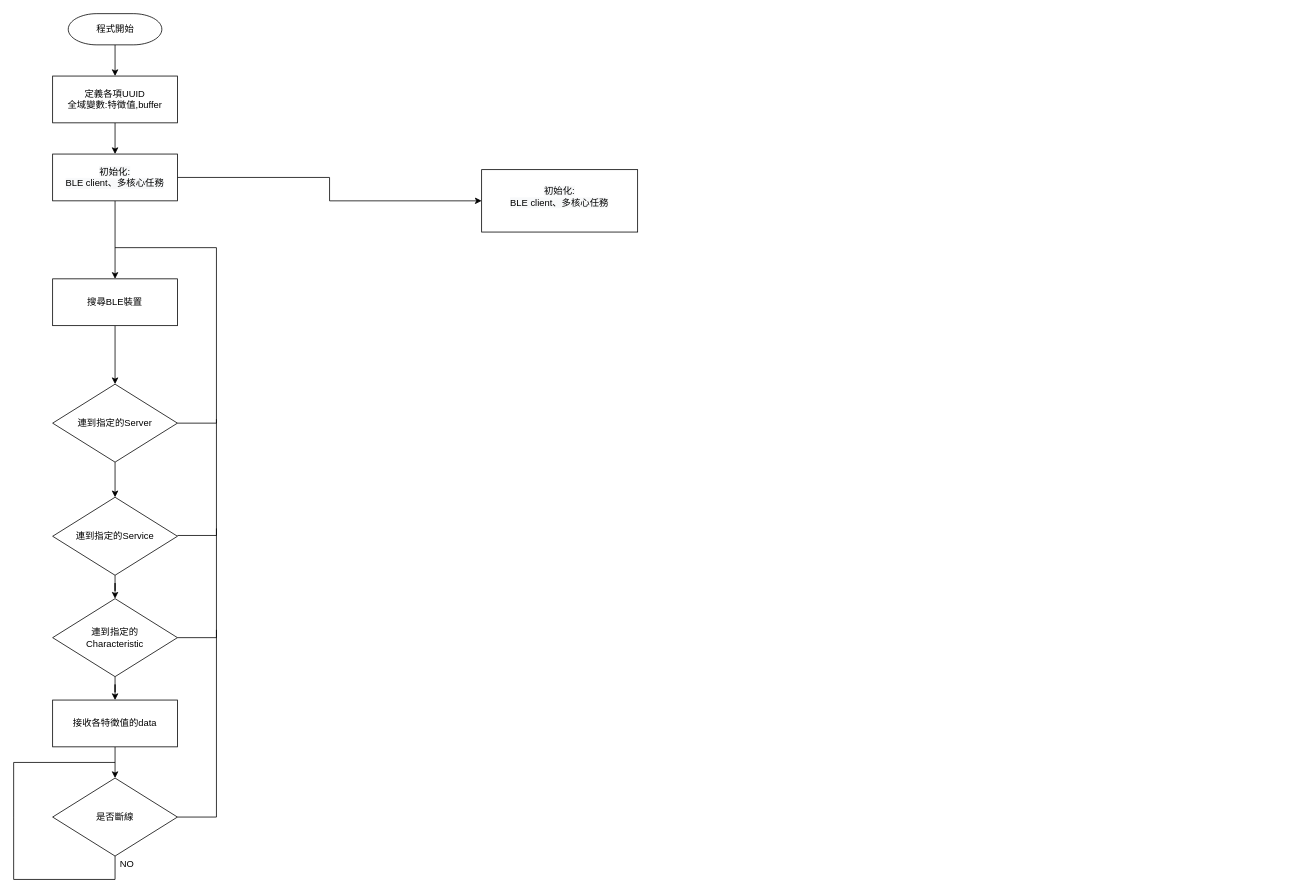
The draw.io diagram iFamily_client.drawio in k39920123/iFamily, before the edit. Source tidied: cells renumbered, new cells numbered last; positions are measured from the earlier drawing's top-left corner, leaving out a move shared by most shapes. Both pictures are drawn from the tidied source at 78%, with x=0, y=0 at pixel (13, 13).
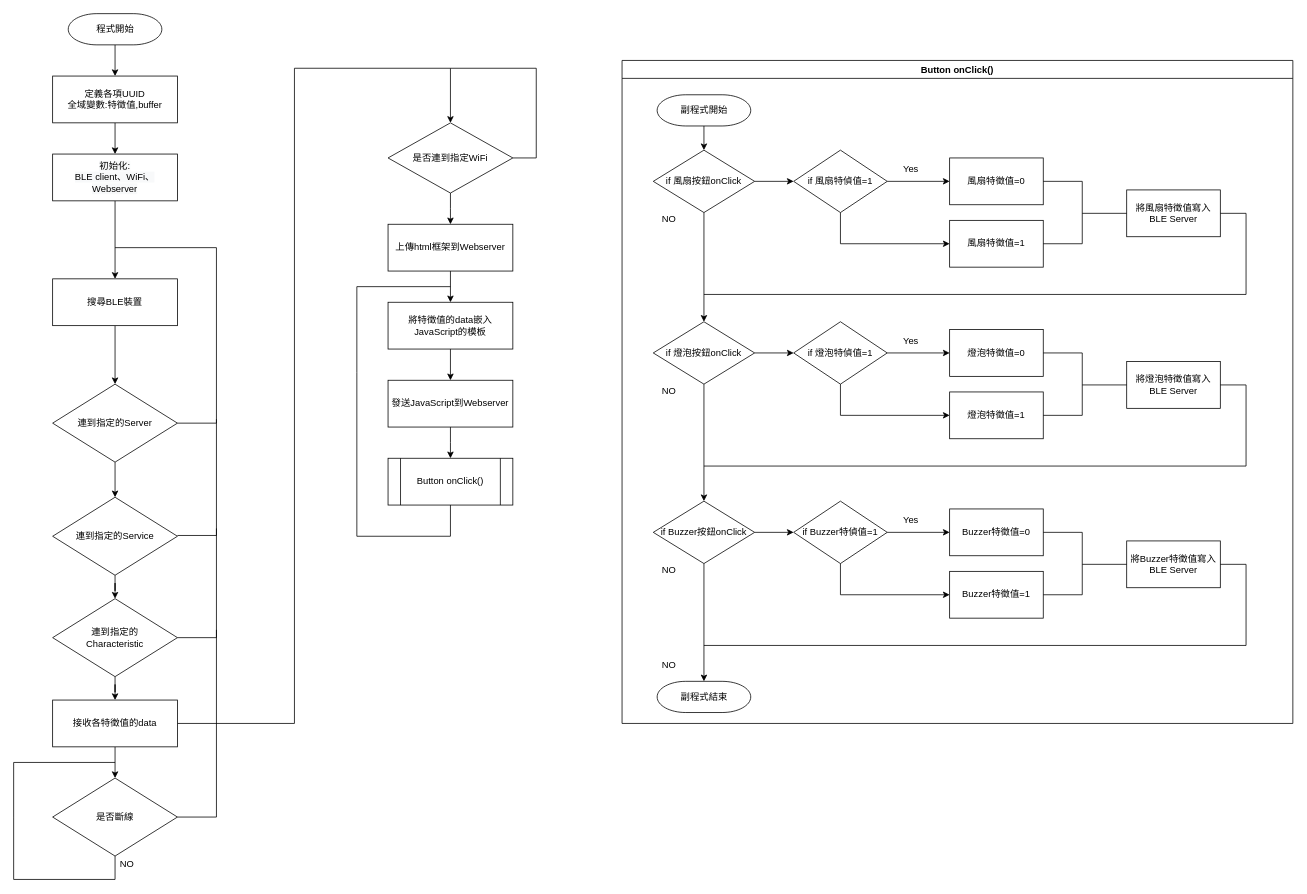
The same diagram, later.

Unchanged cells that the change refers to:
```xml
<mxCell id="22" value="接收各特徵值的data" style="whiteSpace=wrap;html=1;" parent="1" vertex="1">
  <mxGeometry x="50" y="880" width="160" height="60" as="geometry" />
</mxCell>
```

Change to the diagram source:
```diff
@@
-    <mxCell id="7" style="edgeStyle=orthogonalEdgeStyle;rounded=0;jettySize=auto;html=1;" parent="1" edge="1" source="9" target="10">
-      <mxGeometry relative="1" as="geometry" />
-    </mxCell>
@@
-    <mxCell id="9" value="&lt;span style=&quot;color: rgb(0 , 0 , 0) ; font-family: &amp;#34;helvetica&amp;#34; ; font-size: 12px ; font-style: normal ; font-weight: 400 ; letter-spacing: normal ; text-align: center ; text-indent: 0px ; text-transform: none ; word-spacing: 0px ; background-color: rgb(248 , 249 , 250) ; display: inline ; float: none&quot;&gt;初始化:&lt;/span&gt;&lt;br style=&quot;color: rgb(0 , 0 , 0) ; font-family: &amp;#34;helvetica&amp;#34; ; font-size: 12px ; font-style: normal ; font-weight: 400 ; letter-spacing: normal ; text-align: center ; text-indent: 0px ; text-transform: none ; word-spacing: 0px ; background-color: rgb(248 , 249 , 250)&quot;&gt;&lt;span style=&quot;color: rgb(0 , 0 , 0) ; font-family: &amp;#34;helvetica&amp;#34; ; font-size: 12px ; font-style: normal ; font-weight: 400 ; letter-spacing: normal ; text-align: center ; text-indent: 0px ; text-transform: none ; word-spacing: 0px ; background-color: rgb(248 , 249 , 250) ; display: inline ; float: none&quot;&gt;BLE client、多核心任務&lt;/span&gt;" style="rounded=0;whiteSpace=wrap;html=1;align=center;spacingTop=0;fontSize=12;" parent="1" vertex="1">
+    <mxCell id="9" value="&lt;span style=&quot;color: rgb(0 , 0 , 0) ; font-family: &amp;#34;helvetica&amp;#34; ; font-size: 12px ; font-style: normal ; font-weight: 400 ; letter-spacing: normal ; text-align: center ; text-indent: 0px ; text-transform: none ; word-spacing: 0px ; background-color: rgb(248 , 249 , 250) ; display: inline ; float: none&quot;&gt;初始化:&lt;/span&gt;&lt;br style=&quot;color: rgb(0 , 0 , 0) ; font-family: &amp;#34;helvetica&amp;#34; ; font-size: 12px ; font-style: normal ; font-weight: 400 ; letter-spacing: normal ; text-align: center ; text-indent: 0px ; text-transform: none ; word-spacing: 0px ; background-color: rgb(248 , 249 , 250)&quot;&gt;&lt;span style=&quot;color: rgb(0 , 0 , 0) ; font-family: &amp;#34;helvetica&amp;#34; ; font-size: 12px ; font-style: normal ; font-weight: 400 ; letter-spacing: normal ; text-align: center ; text-indent: 0px ; text-transform: none ; word-spacing: 0px ; background-color: rgb(248 , 249 , 250) ; display: inline ; float: none&quot;&gt;BLE client、WiFi、Webserver&lt;/span&gt;" style="rounded=0;whiteSpace=wrap;html=1;align=center;spacingTop=0;fontSize=12;" parent="1" vertex="1">
       <mxGeometry x="50" y="180" width="160" height="60" as="geometry" />
     </mxCell>
-    <mxCell id="10" value="&lt;span style=&quot;color: rgb(0 , 0 , 0) ; font-family: &amp;#34;helvetica&amp;#34; ; font-size: 12px ; font-style: normal ; font-weight: 400 ; letter-spacing: normal ; text-align: center ; text-indent: 0px ; text-transform: none ; word-spacing: 0px ; background-color: rgb(248 , 249 , 250) ; display: inline ; float: none&quot;&gt;初始化:&lt;/span&gt;&lt;br style=&quot;color: rgb(0 , 0 , 0) ; font-family: &amp;#34;helvetica&amp;#34; ; font-size: 12px ; font-style: normal ; font-weight: 400 ; letter-spacing: normal ; text-align: center ; text-indent: 0px ; text-transform: none ; word-spacing: 0px ; background-color: rgb(248 , 249 , 250)&quot;&gt;&lt;span style=&quot;color: rgb(0 , 0 , 0) ; font-family: &amp;#34;helvetica&amp;#34; ; font-size: 12px ; font-style: normal ; font-weight: 400 ; letter-spacing: normal ; text-align: center ; text-indent: 0px ; text-transform: none ; word-spacing: 0px ; background-color: rgb(248 , 249 , 250) ; display: inline ; float: none&quot;&gt;BLE client、多核心任務&lt;/span&gt;" style="rounded=0;whiteSpace=wrap;html=1;align=center;spacingTop=-11;fontSize=12;" parent="1" vertex="1">
-      <mxGeometry x="600" y="200" width="200" height="80" as="geometry" />
-    </mxCell>
@@
+    <mxCell id="27" style="edgeStyle=orthogonalEdgeStyle;rounded=0;jettySize=auto;html=1;exitX=1;exitY=0.5;exitDx=0;exitDy=0;entryX=0.5;entryY=0;entryDx=0;entryDy=0;" parent="1" edge="1" source="22" target="29">
+      <mxGeometry relative="1" as="geometry">
+        <Array as="points">
+          <mxPoint x="360" y="910" />
+          <mxPoint x="360" y="70" />
+          <mxPoint x="560" y="70" />
+        </Array>
+      </mxGeometry>
+    </mxCell>
@@
+    <mxCell id="28" style="edgeStyle=orthogonalEdgeStyle;rounded=0;jettySize=auto;html=1;" parent="1" edge="1" source="29">
+      <mxGeometry relative="1" as="geometry">
+        <mxPoint x="560" y="270" as="targetPoint" />
+      </mxGeometry>
+    </mxCell>
+    <mxCell id="29" value="是否連到指定WiFi" style="rhombus;whiteSpace=wrap;html=1;" parent="1" vertex="1">
+      <mxGeometry x="480" y="140" width="160" height="90" as="geometry" />
+    </mxCell>
+    <mxCell id="30" style="endArrow=none;html=1;rounded=0;exitX=1;exitY=0.5;exitDx=0;exitDy=0;" parent="1" edge="1" source="29">
+      <mxGeometry relative="1" as="geometry">
+        <mxPoint x="560" y="70" as="targetPoint" />
+        <Array as="points">
+          <mxPoint x="670" y="185" />
+          <mxPoint x="670" y="70" />
+        </Array>
+      </mxGeometry>
+    </mxCell>
+    <mxCell id="31" style="edgeStyle=orthogonalEdgeStyle;rounded=0;jettySize=auto;html=1;" parent="1" edge="1" source="32" target="34">
+      <mxGeometry relative="1" as="geometry" />
+    </mxCell>
+    <mxCell id="32" value="上傳html框架到Webserver" style="rounded=0;whiteSpace=wrap;html=1;" parent="1" vertex="1">
+      <mxGeometry x="480" y="270" width="160" height="60" as="geometry" />
+    </mxCell>
+    <mxCell id="33" style="edgeStyle=orthogonalEdgeStyle;rounded=0;jettySize=auto;html=1;" parent="1" edge="1" source="34" target="36">
+      <mxGeometry relative="1" as="geometry" />
+    </mxCell>
+    <mxCell id="34" value="將特徵值的data嵌入JavaScript的模板" style="rounded=0;whiteSpace=wrap;html=1;" parent="1" vertex="1">
+      <mxGeometry x="480" y="370" width="160" height="60" as="geometry" />
+    </mxCell>
+    <mxCell id="35" style="edgeStyle=orthogonalEdgeStyle;rounded=0;jettySize=auto;html=1;" parent="1" edge="1" source="36">
+      <mxGeometry relative="1" as="geometry">
+        <mxPoint x="560" y="570" as="targetPoint" />
+      </mxGeometry>
+    </mxCell>
+    <mxCell id="36" value="發送JavaScript到Webserver" style="rounded=0;whiteSpace=wrap;html=1;" parent="1" vertex="1">
+      <mxGeometry x="480" y="470" width="160" height="60" as="geometry" />
+    </mxCell>
+    <mxCell id="37" value="Button onClick()" style="shape=process;whiteSpace=wrap;html=1;backgroundOutline=1;" parent="1" vertex="1">
+      <mxGeometry x="480" y="570" width="160" height="60" as="geometry" />
+    </mxCell>
+    <mxCell id="38" style="endArrow=none;html=1;rounded=0;" parent="1" edge="1">
+      <mxGeometry relative="1" as="geometry">
+        <mxPoint x="560" y="350" as="sourcePoint" />
+        <mxPoint x="560" y="630" as="targetPoint" />
+        <Array as="points">
+          <mxPoint x="440" y="350" />
+          <mxPoint x="440" y="460" />
+          <mxPoint x="440" y="670" />
+          <mxPoint x="560" y="670" />
+        </Array>
+      </mxGeometry>
+    </mxCell>
+    <mxCell id="39" value="Button onClick()" style="swimlane;startSize=23;" parent="1" vertex="1">
+      <mxGeometry x="780" y="60" width="860" height="850" as="geometry" />
+    </mxCell>
+    <mxCell id="40" value="副程式開始" style="shape=mxgraph.flowchart.terminator;strokeWidth=1;gradientDirection=north;fontStyle=0;html=1;fillColor=default;strokeColor=default;fontSize=12;" parent="39" vertex="1">
+      <mxGeometry x="45" y="44" width="120" height="40" as="geometry" />
+    </mxCell>
+    <mxCell id="41" value="if 風扇特偵值=1" style="rhombus;whiteSpace=wrap;html=1;strokeWidth=1;gradientDirection=north;fontStyle=0;" parent="39" vertex="1">
+      <mxGeometry x="220" y="115" width="120" height="80" as="geometry" />
+    </mxCell>
+    <mxCell id="42" style="edgeStyle=none;rounded=0;jettySize=auto;html=1;fontSize=12;" parent="39" edge="1" source="43" target="41">
+      <mxGeometry relative="1" as="geometry" />
+    </mxCell>
+    <mxCell id="43" value="&lt;span&gt;if 風扇按鈕onClick&lt;/span&gt;" style="rhombus;whiteSpace=wrap;html=1;strokeWidth=1;gradientDirection=north;fontStyle=0;" parent="39" vertex="1">
+      <mxGeometry x="40" y="115" width="130" height="80" as="geometry" />
+    </mxCell>
+    <mxCell id="44" style="edgeStyle=none;rounded=0;jettySize=auto;html=1;fontSize=12;" parent="39" edge="1" source="40" target="43">
+      <mxGeometry relative="1" as="geometry" />
+    </mxCell>
+    <mxCell id="45" style="edgeStyle=none;rounded=0;jettySize=auto;html=1;fontSize=12;" parent="39" edge="1" source="43">
+      <mxGeometry relative="1" as="geometry">
+        <mxPoint x="105" y="335" as="targetPoint" />
+      </mxGeometry>
+    </mxCell>
+    <mxCell id="46" style="edgeStyle=none;rounded=0;orthogonalLoop=1;jettySize=auto;html=1;fontSize=12;" parent="39" edge="1">
+      <mxGeometry relative="1" as="geometry">
+        <mxPoint x="105" y="415" as="sourcePoint" />
+        <mxPoint x="105" y="565" as="targetPoint" />
+      </mxGeometry>
+    </mxCell>
+    <mxCell id="47" value="NO" style="text;html=1;align=center;verticalAlign=middle;strokeColor=none;fillColor=none;fontSize=12;" parent="39" vertex="1">
+      <mxGeometry x="45" y="194" width="30" height="20" as="geometry" />
+    </mxCell>
+    <mxCell id="48" value="NO" style="text;html=1;align=center;verticalAlign=middle;strokeColor=none;fillColor=none;fontSize=12;" parent="39" vertex="1">
+      <mxGeometry x="45" y="765" width="30" height="20" as="geometry" />
+    </mxCell>
+    <mxCell id="49" value="副程式結束" style="shape=mxgraph.flowchart.terminator;strokeWidth=1;gradientDirection=north;fontStyle=0;html=1;fillColor=default;strokeColor=default;fontSize=12;" parent="39" vertex="1">
+      <mxGeometry x="45" y="796" width="120" height="40" as="geometry" />
+    </mxCell>
+    <mxCell id="50" style="edgeStyle=none;rounded=0;jettySize=auto;html=1;fontSize=12;" parent="39" edge="1" target="49">
+      <mxGeometry relative="1" as="geometry">
+        <mxPoint x="105" y="645" as="sourcePoint" />
+      </mxGeometry>
+    </mxCell>
+    <mxCell id="51" value="風扇特徵值=0" style="whiteSpace=wrap;html=1;strokeWidth=1;gradientDirection=north;fontStyle=0;" parent="39" vertex="1">
+      <mxGeometry x="420" y="125" width="120" height="60" as="geometry" />
+    </mxCell>
+    <mxCell id="52" style="edgeStyle=none;rounded=0;jettySize=auto;html=1;fontSize=12;" parent="39" edge="1" source="41" target="51">
+      <mxGeometry relative="1" as="geometry" />
+    </mxCell>
+    <mxCell id="53" value="風扇特徵值=1" style="whiteSpace=wrap;html=1;strokeWidth=1;gradientDirection=north;fontStyle=0;" parent="39" vertex="1">
+      <mxGeometry x="420" y="205" width="120" height="60" as="geometry" />
+    </mxCell>
+    <mxCell id="54" style="edgeStyle=none;rounded=0;jettySize=auto;html=1;fontSize=12;exitX=0.5;exitY=1;exitDx=0;exitDy=0;entryX=0;entryY=0.5;entryDx=0;entryDy=0;" parent="39" edge="1" source="41" target="53">
+      <mxGeometry relative="1" as="geometry">
+        <Array as="points">
+          <mxPoint x="280" y="235" />
+        </Array>
+      </mxGeometry>
+    </mxCell>
+    <mxCell id="55" style="endArrow=none;html=1;rounded=0;fontSize=12;exitX=1;exitY=0.5;exitDx=0;exitDy=0;" parent="39" edge="1" source="53">
+      <mxGeometry relative="1" as="geometry">
+        <mxPoint x="590" y="235" as="targetPoint" />
+      </mxGeometry>
+    </mxCell>
+    <mxCell id="56" value="將風扇特徵值寫入BLE Server" style="whiteSpace=wrap;html=1;strokeWidth=1;gradientDirection=north;fontStyle=0;" parent="39" vertex="1">
+      <mxGeometry x="647" y="166" width="120" height="60" as="geometry" />
+    </mxCell>
+    <mxCell id="57" style="endArrow=none;html=1;rounded=0;exitX=1;exitY=0.5;exitDx=0;exitDy=0;" parent="39" edge="1" source="51">
+      <mxGeometry relative="1" as="geometry">
+        <mxPoint x="590" y="235" as="targetPoint" />
+        <Array as="points">
+          <mxPoint x="590" y="155" />
+        </Array>
+      </mxGeometry>
+    </mxCell>
+    <mxCell id="58" style="endArrow=none;html=1;rounded=0;entryX=0;entryY=0.5;entryDx=0;entryDy=0;" parent="39" edge="1" target="56">
+      <mxGeometry relative="1" as="geometry">
+        <mxPoint x="590" y="196" as="sourcePoint" />
+      </mxGeometry>
+    </mxCell>
+    <mxCell id="59" style="endArrow=none;html=1;rounded=0;entryX=1;entryY=0.5;entryDx=0;entryDy=0;" parent="39" edge="1" target="56">
+      <mxGeometry relative="1" as="geometry">
+        <mxPoint x="105" y="300" as="sourcePoint" />
+        <Array as="points">
+          <mxPoint x="800" y="300" />
+          <mxPoint x="800" y="196" />
+        </Array>
+      </mxGeometry>
+    </mxCell>
+    <mxCell id="60" value="if 燈泡特偵值=1" style="rhombus;whiteSpace=wrap;html=1;strokeWidth=1;gradientDirection=north;fontStyle=0;" parent="39" vertex="1">
+      <mxGeometry x="220" y="335" width="120" height="80" as="geometry" />
+    </mxCell>
+    <mxCell id="61" style="edgeStyle=none;rounded=0;jettySize=auto;html=1;fontSize=12;" parent="39" edge="1" source="62" target="60">
+      <mxGeometry relative="1" as="geometry" />
+    </mxCell>
+    <mxCell id="62" value="&lt;span&gt;if 燈泡按鈕onClick&lt;/span&gt;" style="rhombus;whiteSpace=wrap;html=1;strokeWidth=1;gradientDirection=north;fontStyle=0;" parent="39" vertex="1">
+      <mxGeometry x="40" y="335" width="130" height="80" as="geometry" />
+    </mxCell>
+    <mxCell id="63" value="NO" style="text;html=1;align=center;verticalAlign=middle;strokeColor=none;fillColor=none;fontSize=12;" parent="39" vertex="1">
+      <mxGeometry x="45" y="414" width="30" height="20" as="geometry" />
+    </mxCell>
+    <mxCell id="64" value="燈泡特徵值=0" style="whiteSpace=wrap;html=1;strokeWidth=1;gradientDirection=north;fontStyle=0;" parent="39" vertex="1">
+      <mxGeometry x="420" y="345" width="120" height="60" as="geometry" />
+    </mxCell>
+    <mxCell id="65" style="edgeStyle=none;rounded=0;jettySize=auto;html=1;fontSize=12;" parent="39" edge="1" source="60" target="64">
+      <mxGeometry relative="1" as="geometry" />
+    </mxCell>
+    <mxCell id="66" value="燈泡特徵值=1" style="whiteSpace=wrap;html=1;strokeWidth=1;gradientDirection=north;fontStyle=0;" parent="39" vertex="1">
+      <mxGeometry x="420" y="425" width="120" height="60" as="geometry" />
+    </mxCell>
+    <mxCell id="67" style="edgeStyle=none;rounded=0;jettySize=auto;html=1;fontSize=12;exitX=0.5;exitY=1;exitDx=0;exitDy=0;entryX=0;entryY=0.5;entryDx=0;entryDy=0;" parent="39" edge="1" source="60" target="66">
+      <mxGeometry relative="1" as="geometry">
+        <Array as="points">
+          <mxPoint x="280" y="455" />
+        </Array>
+      </mxGeometry>
+    </mxCell>
+    <mxCell id="68" style="endArrow=none;html=1;rounded=0;fontSize=12;exitX=1;exitY=0.5;exitDx=0;exitDy=0;" parent="39" edge="1" source="66">
+      <mxGeometry relative="1" as="geometry">
+        <mxPoint x="590" y="455" as="targetPoint" />
+      </mxGeometry>
+    </mxCell>
+    <mxCell id="69" value="將燈泡特徵值寫入BLE Server" style="whiteSpace=wrap;html=1;strokeWidth=1;gradientDirection=north;fontStyle=0;" parent="39" vertex="1">
+      <mxGeometry x="647" y="386" width="120" height="60" as="geometry" />
+    </mxCell>
+    <mxCell id="70" style="endArrow=none;html=1;rounded=0;exitX=1;exitY=0.5;exitDx=0;exitDy=0;" parent="39" edge="1" source="64">
+      <mxGeometry relative="1" as="geometry">
+        <mxPoint x="590" y="455" as="targetPoint" />
+        <Array as="points">
+          <mxPoint x="590" y="375" />
+        </Array>
+      </mxGeometry>
+    </mxCell>
+    <mxCell id="71" style="endArrow=none;html=1;rounded=0;entryX=0;entryY=0.5;entryDx=0;entryDy=0;" parent="39" edge="1" target="69">
+      <mxGeometry relative="1" as="geometry">
+        <mxPoint x="590" y="416" as="sourcePoint" />
+      </mxGeometry>
+    </mxCell>
+    <mxCell id="72" style="endArrow=none;html=1;rounded=0;entryX=1;entryY=0.5;entryDx=0;entryDy=0;" parent="39" edge="1" target="69">
+      <mxGeometry relative="1" as="geometry">
+        <mxPoint x="105" y="520" as="sourcePoint" />
+        <Array as="points">
+          <mxPoint x="800" y="520" />
+          <mxPoint x="800" y="416" />
+        </Array>
+      </mxGeometry>
+    </mxCell>
+    <mxCell id="73" value="Yes" style="text;html=1;align=center;verticalAlign=middle;strokeColor=none;fillColor=none;" parent="39" vertex="1">
+      <mxGeometry x="355" y="350" width="30" height="20" as="geometry" />
+    </mxCell>
+    <mxCell id="74" value="if Buzzer特偵值=1" style="rhombus;whiteSpace=wrap;html=1;strokeWidth=1;gradientDirection=north;fontStyle=0;" parent="39" vertex="1">
+      <mxGeometry x="220" y="565" width="120" height="80" as="geometry" />
+    </mxCell>
+    <mxCell id="75" style="edgeStyle=none;rounded=0;jettySize=auto;html=1;fontSize=12;" parent="39" edge="1" source="76" target="74">
+      <mxGeometry relative="1" as="geometry" />
+    </mxCell>
+    <mxCell id="76" value="&lt;span&gt;if Buzzer按鈕onClick&lt;/span&gt;" style="rhombus;whiteSpace=wrap;html=1;strokeWidth=1;gradientDirection=north;fontStyle=0;" parent="39" vertex="1">
+      <mxGeometry x="40" y="565" width="130" height="80" as="geometry" />
+    </mxCell>
+    <mxCell id="77" value="NO" style="text;html=1;align=center;verticalAlign=middle;strokeColor=none;fillColor=none;fontSize=12;" parent="39" vertex="1">
+      <mxGeometry x="45" y="644" width="30" height="20" as="geometry" />
+    </mxCell>
+    <mxCell id="78" value="Buzzer特徵值=0" style="whiteSpace=wrap;html=1;strokeWidth=1;gradientDirection=north;fontStyle=0;" parent="39" vertex="1">
+      <mxGeometry x="420" y="575" width="120" height="60" as="geometry" />
+    </mxCell>
+    <mxCell id="79" style="edgeStyle=none;rounded=0;jettySize=auto;html=1;fontSize=12;" parent="39" edge="1" source="74" target="78">
+      <mxGeometry relative="1" as="geometry" />
+    </mxCell>
+    <mxCell id="80" value="Buzzer特徵值=1" style="whiteSpace=wrap;html=1;strokeWidth=1;gradientDirection=north;fontStyle=0;" parent="39" vertex="1">
+      <mxGeometry x="420" y="655" width="120" height="60" as="geometry" />
+    </mxCell>
+    <mxCell id="81" style="edgeStyle=none;rounded=0;jettySize=auto;html=1;fontSize=12;exitX=0.5;exitY=1;exitDx=0;exitDy=0;entryX=0;entryY=0.5;entryDx=0;entryDy=0;" parent="39" edge="1" source="74" target="80">
+      <mxGeometry relative="1" as="geometry">
+        <Array as="points">
+          <mxPoint x="280" y="685" />
+        </Array>
+      </mxGeometry>
+    </mxCell>
+    <mxCell id="82" style="endArrow=none;html=1;rounded=0;fontSize=12;exitX=1;exitY=0.5;exitDx=0;exitDy=0;" parent="39" edge="1" source="80">
+      <mxGeometry relative="1" as="geometry">
+        <mxPoint x="590" y="685" as="targetPoint" />
+      </mxGeometry>
+    </mxCell>
+    <mxCell id="83" value="將Buzzer特徵值寫入BLE Server" style="whiteSpace=wrap;html=1;strokeWidth=1;gradientDirection=north;fontStyle=0;" parent="39" vertex="1">
+      <mxGeometry x="647" y="616" width="120" height="60" as="geometry" />
+    </mxCell>
+    <mxCell id="84" style="endArrow=none;html=1;rounded=0;exitX=1;exitY=0.5;exitDx=0;exitDy=0;" parent="39" edge="1" source="78">
+      <mxGeometry relative="1" as="geometry">
+        <mxPoint x="590" y="685" as="targetPoint" />
+        <Array as="points">
+          <mxPoint x="590" y="605" />
+        </Array>
+      </mxGeometry>
+    </mxCell>
+    <mxCell id="85" style="endArrow=none;html=1;rounded=0;entryX=0;entryY=0.5;entryDx=0;entryDy=0;" parent="39" edge="1" target="83">
+      <mxGeometry relative="1" as="geometry">
+        <mxPoint x="590" y="646" as="sourcePoint" />
+      </mxGeometry>
+    </mxCell>
+    <mxCell id="86" style="endArrow=none;html=1;rounded=0;entryX=1;entryY=0.5;entryDx=0;entryDy=0;" parent="39" edge="1" target="83">
+      <mxGeometry relative="1" as="geometry">
+        <mxPoint x="105" y="750" as="sourcePoint" />
+        <Array as="points">
+          <mxPoint x="800" y="750" />
+          <mxPoint x="800" y="646" />
+        </Array>
+      </mxGeometry>
+    </mxCell>
+    <mxCell id="87" value="Yes" style="text;html=1;align=center;verticalAlign=middle;strokeColor=none;fillColor=none;" parent="39" vertex="1">
+      <mxGeometry x="355" y="580" width="30" height="20" as="geometry" />
+    </mxCell>
+    <mxCell id="88" value="Yes" style="text;html=1;align=center;verticalAlign=middle;strokeColor=none;fillColor=none;" parent="1" vertex="1">
+      <mxGeometry x="1135" y="190" width="30" height="20" as="geometry" />
+    </mxCell>
```
